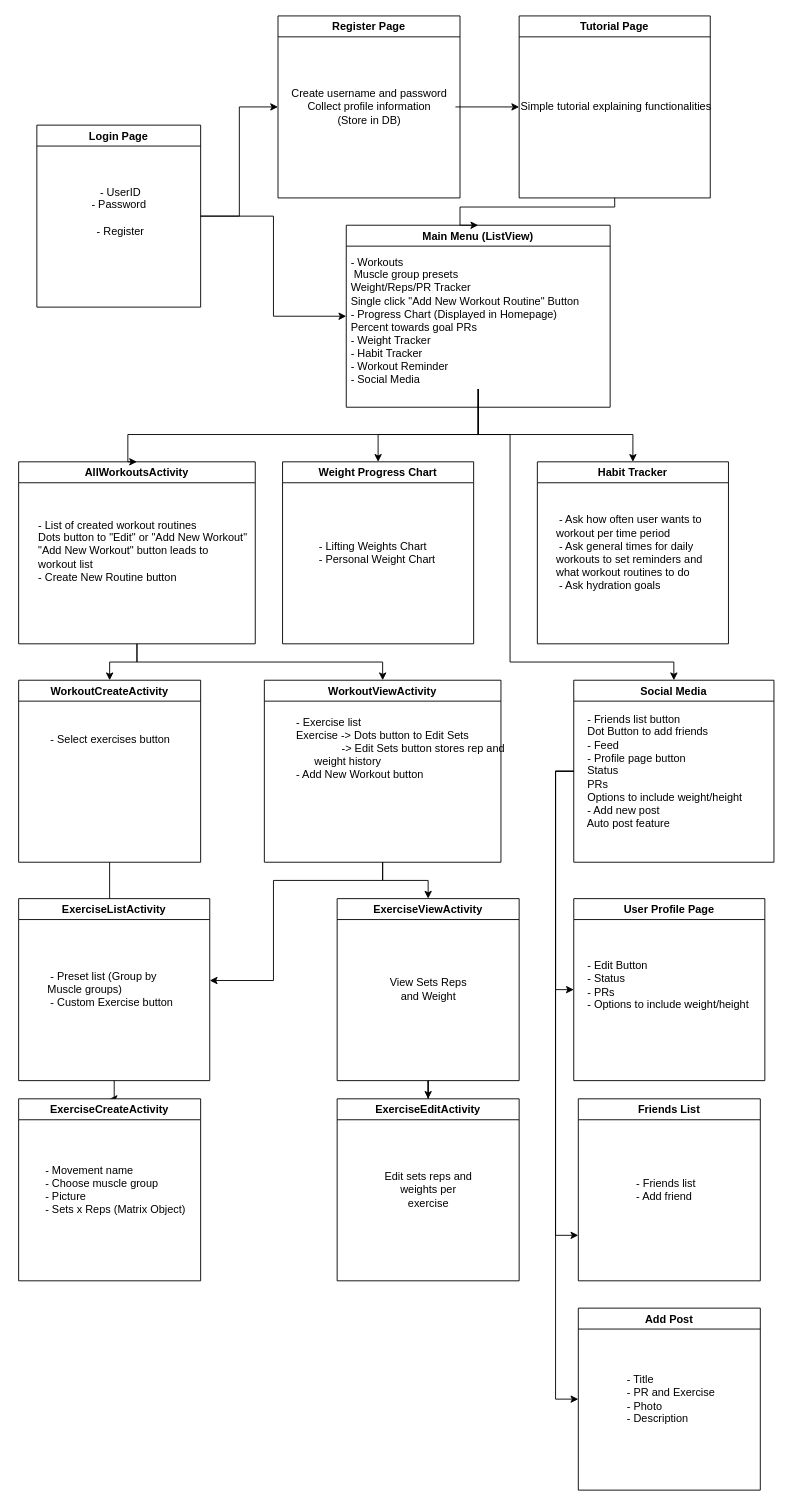
calvin-li-developer/w8-up-tracker keeps this draw.io diagram as W8Up_Diagram.drawio. Above is the earlier version. Source tidied: cells renumbered, new cells numbered last; positions are measured from the earlier drawing's top-left corner, leaving out a move shared by most shapes. Both pictures are drawn from the tidied source at 91%, with x=0, y=0 at pixel (18, 15).
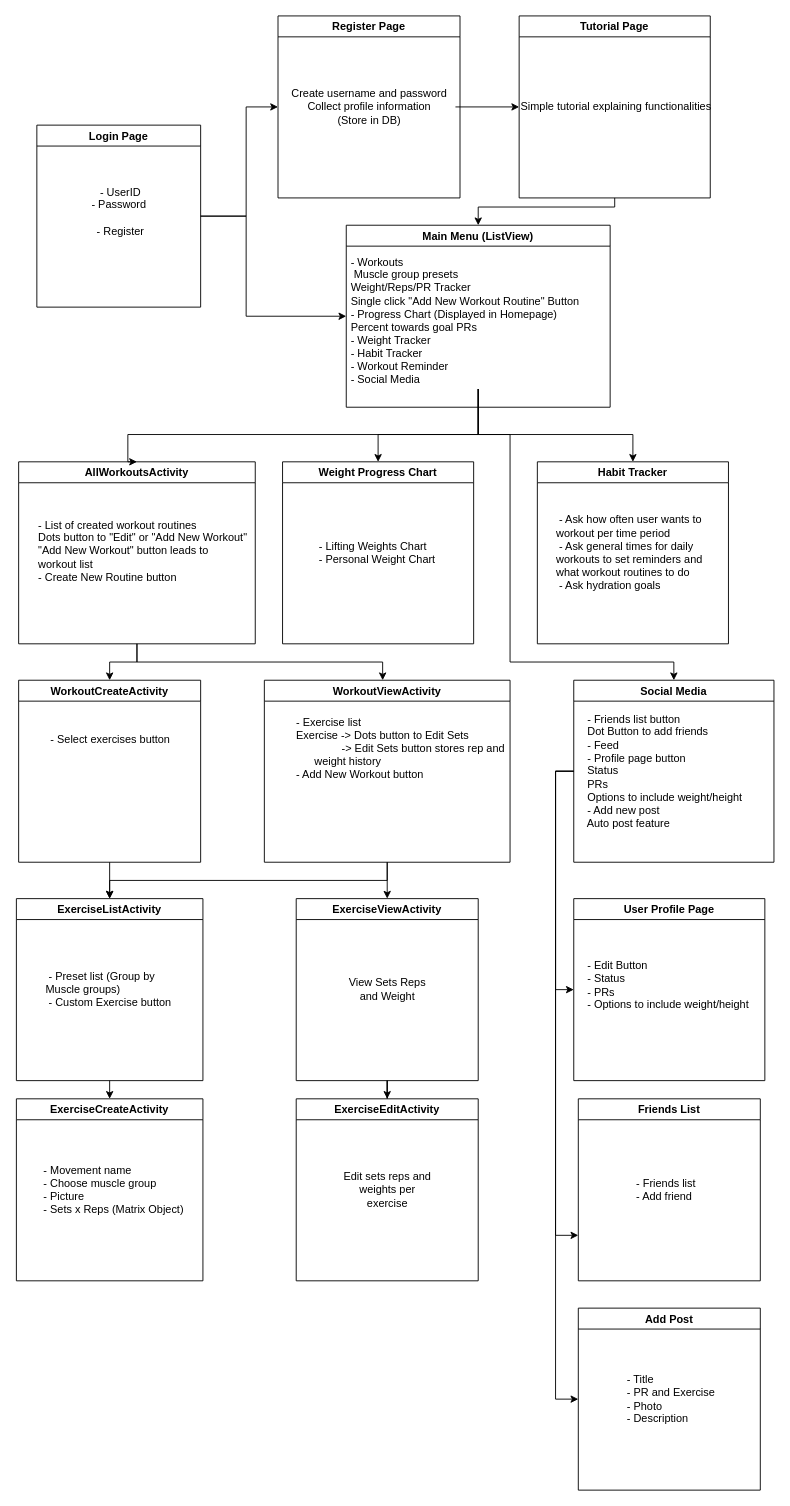
Above is the later version.

Unchanged cells that the change refers to:
```xml
<mxCell id="4" value="Login Page" style="swimlane;" parent="1" vertex="1">
  <mxGeometry x="20" y="120" width="180" height="200" as="geometry" />
</mxCell>
<mxCell id="6" value="Register Page" style="swimlane;" parent="1" vertex="1">
  <mxGeometry x="285" width="200" height="200" as="geometry" />
</mxCell>
<mxCell id="8" value="Main Menu (ListView)" style="swimlane;" parent="1" vertex="1">
  <mxGeometry x="360" y="230" width="290" height="200" as="geometry" />
</mxCell>
<mxCell id="11" value="Tutorial Page" style="swimlane;align=center;" parent="1" vertex="1">
  <mxGeometry x="550" width="210" height="200" as="geometry" />
</mxCell>
<mxCell id="26" value="WorkoutCreateActivity" style="swimlane;align=center;" parent="1" vertex="1">
  <mxGeometry y="730" width="200" height="200" as="geometry" />
</mxCell>
```

What changed in the source:
```diff
@@
     <mxCell id="2" style="edgeStyle=orthogonalEdgeStyle;rounded=0;jettySize=auto;html=1;entryX=0;entryY=0.5;entryDx=0;entryDy=0;" parent="1" edge="1" source="4" target="6">
-      <mxGeometry relative="1" as="geometry" />
+      <mxGeometry relative="1" as="geometry">
+        <Array as="points">
+          <mxPoint x="250" y="220" />
+          <mxPoint x="250" y="100" />
+        </Array>
+      </mxGeometry>
     </mxCell>
     <mxCell id="3" style="edgeStyle=orthogonalEdgeStyle;rounded=0;jettySize=auto;html=1;" parent="1" edge="1" source="4" target="8">
-      <mxGeometry relative="1" as="geometry" />
+      <mxGeometry relative="1" as="geometry">
+        <Array as="points">
+          <mxPoint x="250" y="220" />
+          <mxPoint x="250" y="330" />
+        </Array>
+      </mxGeometry>
     </mxCell>
@@
     <mxCell id="10" style="edgeStyle=orthogonalEdgeStyle;rounded=0;jettySize=auto;html=1;entryX=0.5;entryY=0;entryDx=0;entryDy=0;" parent="1" edge="1" source="11" target="8">
       <mxGeometry relative="1" as="geometry">
         <Array as="points">
           <mxPoint x="655" y="210" />
-          <mxPoint x="485" y="210" />
+          <mxPoint x="505" y="210" />
         </Array>
       </mxGeometry>
     </mxCell>
@@
-    <mxCell id="25" style="edgeStyle=orthogonalEdgeStyle;rounded=0;jettySize=auto;html=1;entryX=0.476;entryY=0.05;entryDx=0;entryDy=0;entryPerimeter=0;" parent="1" edge="1" source="26" target="33">
+    <mxCell id="25" style="edgeStyle=orthogonalEdgeStyle;rounded=0;jettySize=auto;html=1;exitX=0.5;exitY=1;exitDx=0;exitDy=0;entryX=0.5;entryY=0;entryDx=0;entryDy=0;" parent="1" edge="1" source="26" target="33">
       <mxGeometry relative="1" as="geometry" />
     </mxCell>
@@
-    <mxCell id="28" style="edgeStyle=orthogonalEdgeStyle;rounded=0;jettySize=auto;html=1;exitX=0.5;exitY=1;exitDx=0;exitDy=0;" parent="1" edge="1" source="30">
+    <mxCell id="28" style="edgeStyle=orthogonalEdgeStyle;rounded=0;jettySize=auto;html=1;exitX=0.5;exitY=1;exitDx=0;exitDy=0;entryX=0.5;entryY=0;entryDx=0;entryDy=0;" parent="1" edge="1" source="30" target="33">
       <mxGeometry relative="1" as="geometry">
-        <mxPoint x="210" y="1060" as="targetPoint" />
         <Array as="points">
-          <mxPoint x="400" y="950" />
-          <mxPoint x="280" y="950" />
-          <mxPoint x="280" y="1060" />
+          <mxPoint x="405" y="950" />
+          <mxPoint x="100" y="950" />
         </Array>
       </mxGeometry>
     </mxCell>
@@
     <mxCell id="30" value="WorkoutViewActivity" style="swimlane;align=center;" parent="1" vertex="1">
-      <mxGeometry x="270" y="730" width="260" height="200" as="geometry" />
+      <mxGeometry x="270" y="730" width="270" height="200" as="geometry" />
     </mxCell>
@@
-    <mxCell id="32" style="edgeStyle=orthogonalEdgeStyle;rounded=0;jettySize=auto;html=1;" parent="1" edge="1" source="33" target="35">
+    <mxCell id="32" style="edgeStyle=orthogonalEdgeStyle;rounded=0;jettySize=auto;html=1;exitX=0.5;exitY=1;exitDx=0;exitDy=0;entryX=0.5;entryY=0;entryDx=0;entryDy=0;" parent="1" edge="1" source="33" target="35">
       <mxGeometry relative="1" as="geometry" />
     </mxCell>
     <mxCell id="33" value="ExerciseListActivity" style="swimlane;align=center;" parent="1" vertex="1">
-      <mxGeometry y="970" width="210" height="200" as="geometry" />
+      <mxGeometry x="-2.5" y="970" width="205" height="200" as="geometry" />
     </mxCell>
@@
     <mxCell id="35" value="ExerciseCreateActivity" style="swimlane;align=center;startSize=23;" parent="1" vertex="1">
-      <mxGeometry y="1190" width="200" height="200" as="geometry" />
+      <mxGeometry x="-2.5" y="1190" width="205" height="200" as="geometry" />
     </mxCell>
@@
     <mxCell id="50" value="ExerciseViewActivity" style="swimlane;" parent="1" vertex="1">
-      <mxGeometry x="350" y="970" width="200" height="200" as="geometry" />
+      <mxGeometry x="305" y="970" width="200" height="200" as="geometry" />
     </mxCell>
@@
     <mxCell id="52" value="ExerciseEditActivity" style="swimlane;" parent="1" vertex="1">
-      <mxGeometry x="350" y="1190" width="200" height="200" as="geometry" />
+      <mxGeometry x="305" y="1190" width="200" height="200" as="geometry" />
     </mxCell>
```
